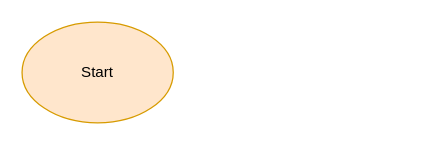
XeLTzy/my-second-repo keeps this draw.io diagram as Untitled Diagram.drawio. Above is the earlier version. Source tidied: cells renumbered, new cells numbered last; positions are measured from the earlier drawing's top-left corner, leaving out a move shared by most shapes. Both pictures are drawn from the tidied source at 126%, with x=0, y=0 at pixel (21, 21).
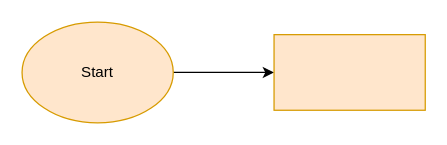
The same page after the edit.

Diff of the diagram source:
```diff
@@
 <mxGraphModel>
   <root>
     <mxCell id="0" />
     <mxCell id="1" parent="0" />
+    <mxCell id="3" style="edgeStyle=orthogonalEdgeStyle;rounded=0;jettySize=auto;html=1;" parent="1" edge="1" source="2" target="4">
+      <mxGeometry relative="1" as="geometry" />
+    </mxCell>
     <mxCell id="2" value="Start" style="ellipse;whiteSpace=wrap;html=1;fillColor=#ffe6cc;strokeColor=#d79b00;" parent="1" vertex="1">
       <mxGeometry width="120" height="80" as="geometry" />
     </mxCell>
+    <mxCell id="4" style="whiteSpace=wrap;html=1;fillColor=#ffe6cc;strokeColor=#d79b00;" parent="1" vertex="1">
+      <mxGeometry x="200" y="10" width="120" height="60" as="geometry" />
+    </mxCell>
   </root>
 </mxGraphModel>
```
